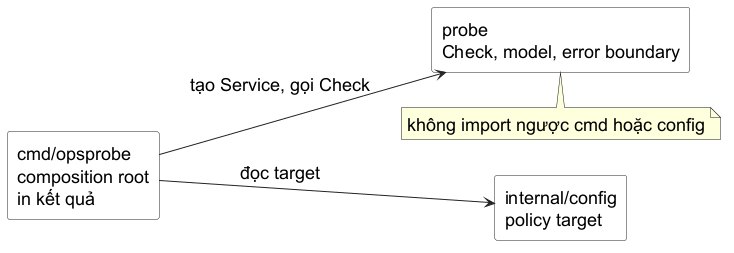
The PlantUML diagram assets/diagrams/package-boundary-graph.png in Minhlike/Golang, before a commit.
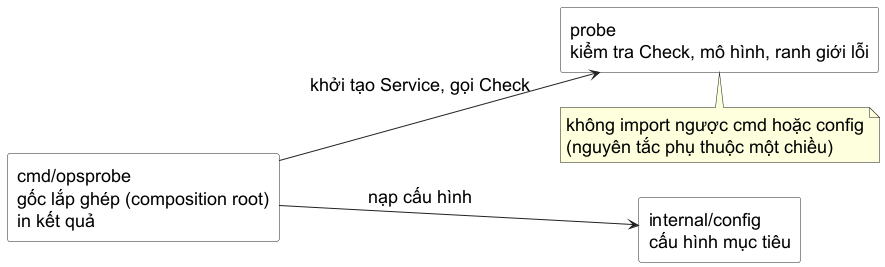
Above is the later version.

Diff of the diagram source:
```diff
@@ -11,13 +11,14 @@
 skinparam ArrowColor #222222
 left to right direction
 
-rectangle "cmd/opsprobe\ncomposition root\nin kết quả" as cmd
-rectangle "internal/config\npolicy target" as config
-rectangle "probe\nCheck, model, error boundary" as probe
+rectangle "cmd/opsprobe\ngốc lắp ghép (composition root)\nin kết quả" as cmd
+rectangle "internal/config\ncấu hình mục tiêu" as config
+rectangle "probe\nkiểm tra Check, mô hình, ranh giới lỗi" as probe
 
-cmd --> config : đọc target
-cmd --> probe : tạo Service, gọi Check
+cmd --> config : nạp cấu hình
+cmd --> probe : khởi tạo Service, gọi Check
 note bottom of probe
 không import ngược cmd hoặc config
+(nguyên tắc phụ thuộc một chiều)
 end note
 @enduml
```
